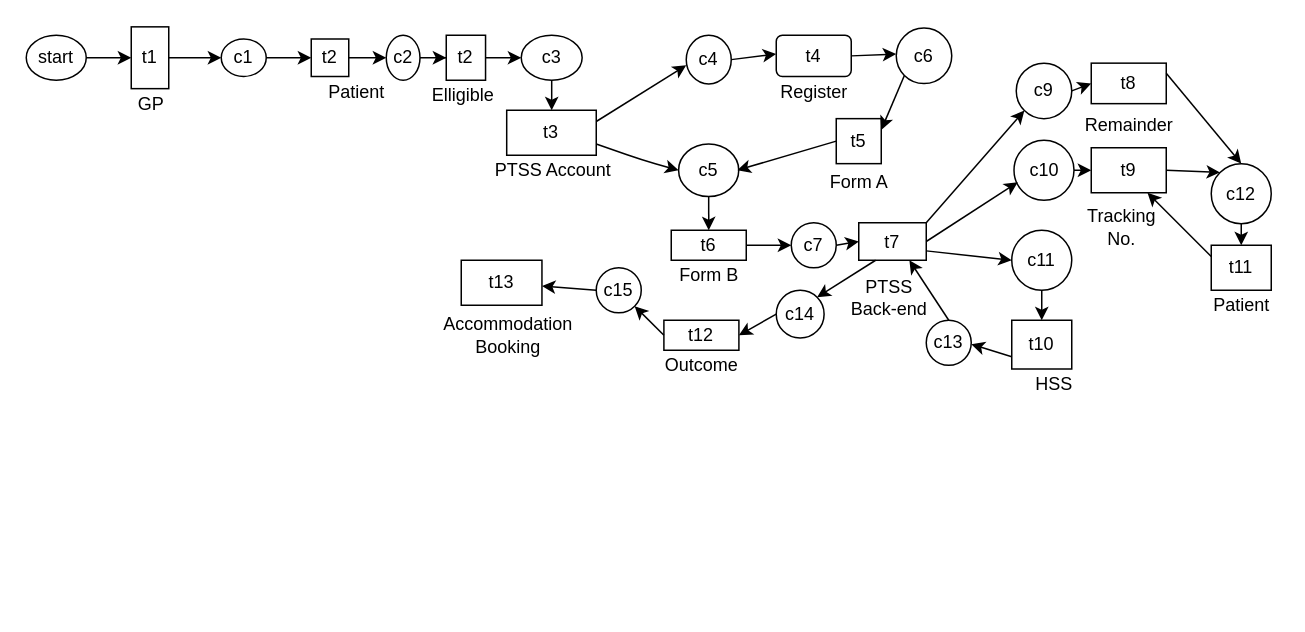
Earlier version of the draw.io diagram Untitled Diagram.drawio (Immeleo/Immeleo.github.io). Source tidied: cells renumbered, new cells numbered last; positions are measured from the earlier drawing's top-left corner, leaving out a move shared by most shapes. Both pictures are drawn from the tidied source at 150%, with x=0, y=0 at pixel (26, 26).
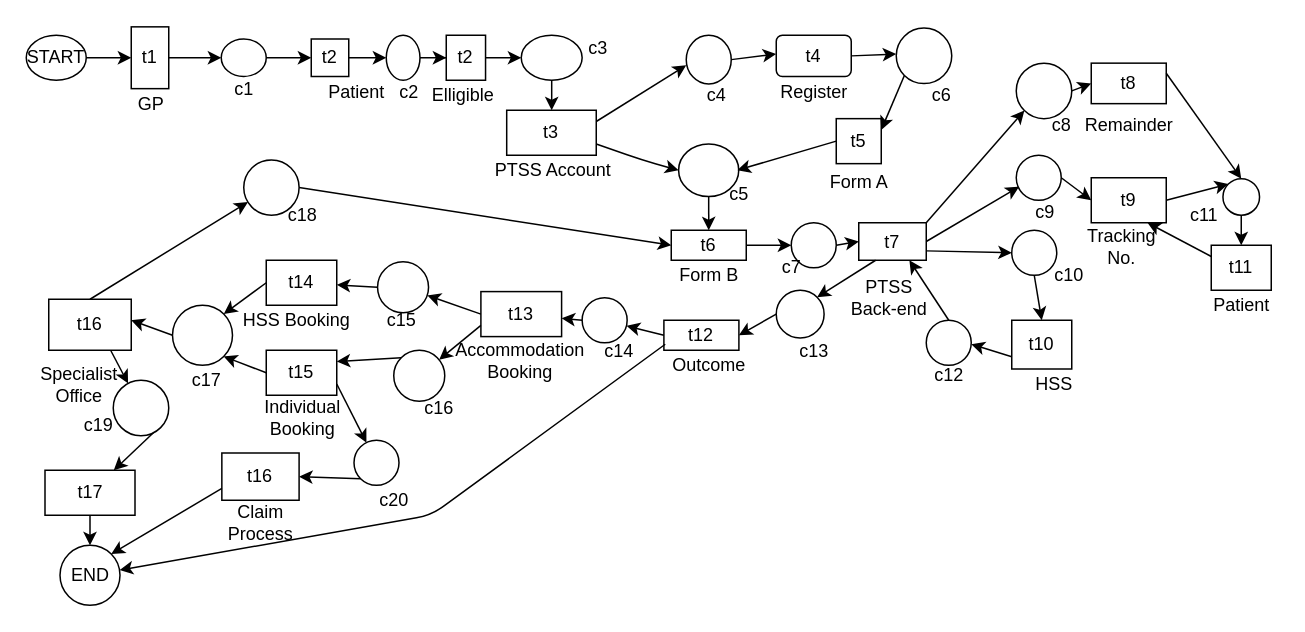
After the change.

Unchanged cells that the change refers to:
```xml
<mxCell id="35" value="t6" style="rounded=0;whiteSpace=wrap;html=1;" parent="1" vertex="1">
  <mxGeometry x="430" y="136" width="50" height="20" as="geometry" />
</mxCell>
```

What changed in the source:
```diff
@@
-    <mxCell id="3" value="start" style="ellipse;whiteSpace=wrap;html=1;" parent="1" vertex="1">
+    <mxCell id="3" value="START" style="ellipse;whiteSpace=wrap;html=1;" parent="1" vertex="1">
       <mxGeometry y="6" width="40" height="30" as="geometry" />
     </mxCell>
@@
-    <mxCell id="8" value="c1" style="ellipse;whiteSpace=wrap;html=1;" parent="1" vertex="1">
+    <mxCell id="8" style="ellipse;whiteSpace=wrap;html=1;" parent="1" vertex="1">
       <mxGeometry x="130" y="8.5" width="30" height="25" as="geometry" />
     </mxCell>
@@
-    <mxCell id="13" value="c2" style="ellipse;whiteSpace=wrap;html=1;" parent="1" vertex="1">
+    <mxCell id="13" style="ellipse;whiteSpace=wrap;html=1;" parent="1" vertex="1">
       <mxGeometry x="240" y="6" width="22.5" height="30" as="geometry" />
     </mxCell>
@@
-    <mxCell id="18" value="c3" style="ellipse;whiteSpace=wrap;html=1;" parent="1" vertex="1">
+    <mxCell id="18" style="ellipse;whiteSpace=wrap;html=1;" parent="1" vertex="1">
       <mxGeometry x="330" y="6" width="40.6" height="30" as="geometry" />
     </mxCell>
@@
-    <mxCell id="21" value="c4" style="ellipse;whiteSpace=wrap;html=1;" parent="1" vertex="1">
+    <mxCell id="21" style="ellipse;whiteSpace=wrap;html=1;" parent="1" vertex="1">
       <mxGeometry x="440" y="6" width="30" height="32.5" as="geometry" />
     </mxCell>
-    <mxCell id="22" value="c5" style="ellipse;whiteSpace=wrap;html=1;" parent="1" vertex="1">
+    <mxCell id="22" style="ellipse;whiteSpace=wrap;html=1;" parent="1" vertex="1">
       <mxGeometry x="434.9" y="78.5" width="40.1" height="35" as="geometry" />
     </mxCell>
@@
-    <mxCell id="29" value="c6" style="ellipse;whiteSpace=wrap;html=1;" parent="1" vertex="1">
+    <mxCell id="29" style="ellipse;whiteSpace=wrap;html=1;" parent="1" vertex="1">
       <mxGeometry x="580" y="1.2" width="37" height="37" as="geometry" />
     </mxCell>
@@
-    <mxCell id="38" value="c7" style="ellipse;whiteSpace=wrap;html=1;" parent="1" vertex="1">
+    <mxCell id="38" style="ellipse;whiteSpace=wrap;html=1;" parent="1" vertex="1">
       <mxGeometry x="510" y="131" width="30" height="30" as="geometry" />
     </mxCell>
@@
-    <mxCell id="41" value="c9" style="ellipse;whiteSpace=wrap;html=1;" parent="1" vertex="1">
+    <mxCell id="41" style="ellipse;whiteSpace=wrap;html=1;" parent="1" vertex="1">
       <mxGeometry x="660" y="24.6" width="37" height="37" as="geometry" />
     </mxCell>
-    <mxCell id="42" value="c10" style="ellipse;whiteSpace=wrap;html=1;" parent="1" vertex="1">
-      <mxGeometry x="658.5" y="76" width="40" height="40" as="geometry" />
+    <mxCell id="42" style="ellipse;whiteSpace=wrap;html=1;" parent="1" vertex="1">
+      <mxGeometry x="660" y="86" width="30" height="30" as="geometry" />
     </mxCell>
-    <mxCell id="43" value="c11" style="ellipse;whiteSpace=wrap;html=1;" parent="1" vertex="1">
-      <mxGeometry x="657" y="136" width="40" height="40" as="geometry" />
+    <mxCell id="43" style="ellipse;whiteSpace=wrap;html=1;" parent="1" vertex="1">
+      <mxGeometry x="657" y="136" width="30" height="30" as="geometry" />
     </mxCell>
@@
     <mxCell id="51" value="t9" style="rounded=0;whiteSpace=wrap;html=1;" parent="1" vertex="1">
-      <mxGeometry x="710" y="81" width="50" height="30" as="geometry" />
+      <mxGeometry x="710" y="101" width="50" height="30" as="geometry" />
     </mxCell>
@@
     <mxCell id="53" value="&lt;div&gt;Tracking&lt;/div&gt;&lt;div&gt;No.&lt;br&gt;&lt;/div&gt;" style="text;html=1;align=center;verticalAlign=middle;" parent="1" vertex="1">
-      <mxGeometry x="700" y="118.5" width="60" height="30" as="geometry" />
+      <mxGeometry x="700" y="131.6" width="60" height="30" as="geometry" />
     </mxCell>
@@
-    <mxCell id="56" value="c12" style="ellipse;whiteSpace=wrap;html=1;" parent="1" vertex="1">
-      <mxGeometry x="790" y="91.6" width="40" height="40" as="geometry" />
+    <mxCell id="56" style="ellipse;whiteSpace=wrap;html=1;" parent="1" vertex="1">
+      <mxGeometry x="797.8" y="101.6" width="24.4" height="24.4" as="geometry" />
     </mxCell>
@@
-    <mxCell id="64" value="c13" style="ellipse;whiteSpace=wrap;html=1;" parent="1" vertex="1">
+    <mxCell id="64" style="ellipse;whiteSpace=wrap;html=1;" parent="1" vertex="1">
       <mxGeometry x="600" y="196" width="30" height="30" as="geometry" />
     </mxCell>
@@
-    <mxCell id="67" value="c14" style="ellipse;whiteSpace=wrap;html=1;" parent="1" vertex="1">
+    <mxCell id="67" style="ellipse;whiteSpace=wrap;html=1;" parent="1" vertex="1">
       <mxGeometry x="500" y="176" width="31.9" height="31.9" as="geometry" />
     </mxCell>
@@
     <mxCell id="70" value="Outcome" style="text;html=1;align=center;verticalAlign=middle;points=[];" parent="1" vertex="1">
-      <mxGeometry x="420.1" y="216" width="60" height="20" as="geometry" />
+      <mxGeometry x="425.1" y="216" width="60" height="20" as="geometry" />
     </mxCell>
@@
     <mxCell id="72" value="t13" style="rounded=0;whiteSpace=wrap;html=1;" parent="1" vertex="1">
-      <mxGeometry x="290" y="156" width="53.8" height="30" as="geometry" />
+      <mxGeometry x="303.1" y="176.9" width="53.8" height="30" as="geometry" />
     </mxCell>
     <mxCell id="73" value="&lt;div&gt;Accommodation&lt;/div&gt;&lt;div&gt;Booking&lt;br&gt;&lt;/div&gt;" style="text;html=1;align=center;verticalAlign=middle;" parent="1" vertex="1">
-      <mxGeometry x="270.6" y="191" width="100" height="30" as="geometry" />
+      <mxGeometry x="279" y="207.9" width="100" height="30" as="geometry" />
     </mxCell>
@@
-    <mxCell id="75" value="c15" style="ellipse;whiteSpace=wrap;html=1;" parent="1" vertex="1">
-      <mxGeometry x="380" y="161" width="30" height="30" as="geometry" />
+    <mxCell id="75" style="ellipse;whiteSpace=wrap;html=1;" parent="1" vertex="1">
+      <mxGeometry x="370.6" y="181" width="30" height="30" as="geometry" />
     </mxCell>
@@
+    <mxCell id="77" value="t14" style="rounded=0;whiteSpace=wrap;html=1;" parent="1" vertex="1">
+      <mxGeometry x="160" y="156" width="47" height="30" as="geometry" />
+    </mxCell>
+    <mxCell id="78" value="t15" style="rounded=0;whiteSpace=wrap;html=1;" parent="1" vertex="1">
+      <mxGeometry x="160" y="216" width="47" height="30" as="geometry" />
+    </mxCell>
+    <mxCell id="79" value="HSS Booking" style="text;html=1;align=center;verticalAlign=middle;" parent="1" vertex="1">
+      <mxGeometry x="135" y="186" width="90" height="20" as="geometry" />
+    </mxCell>
+    <mxCell id="80" value="&lt;div&gt;Individual &lt;br&gt;&lt;/div&gt;&lt;div&gt;Booking&lt;/div&gt;" style="text;html=1;align=center;verticalAlign=middle;" parent="1" vertex="1">
+      <mxGeometry x="148.5" y="246" width="70" height="30" as="geometry" />
+    </mxCell>
+    <mxCell id="81" style="endArrow=classic;html=1;exitX=0;exitY=0.5;exitDx=0;exitDy=0;" parent="1" edge="1" source="82" target="77">
+      <mxGeometry relative="1" as="geometry" />
+    </mxCell>
+    <mxCell id="82" style="ellipse;whiteSpace=wrap;html=1;" parent="1" vertex="1">
+      <mxGeometry x="234.2" y="157" width="34" height="34" as="geometry" />
+    </mxCell>
+    <mxCell id="83" style="endArrow=classic;html=1;exitX=0;exitY=0.5;exitDx=0;exitDy=0;" parent="1" edge="1" source="72" target="82">
+      <mxGeometry relative="1" as="geometry" />
+    </mxCell>
+    <mxCell id="84" style="ellipse;whiteSpace=wrap;html=1;" parent="1" vertex="1">
+      <mxGeometry x="245" y="216" width="34" height="34" as="geometry" />
+    </mxCell>
+    <mxCell id="85" style="endArrow=classic;html=1;exitX=0;exitY=0.75;exitDx=0;exitDy=0;" parent="1" edge="1" source="72" target="84">
+      <mxGeometry relative="1" as="geometry" />
+    </mxCell>
+    <mxCell id="86" style="ellipse;whiteSpace=wrap;html=1;" parent="1" vertex="1">
+      <mxGeometry x="97.5" y="186" width="40" height="40" as="geometry" />
+    </mxCell>
+    <mxCell id="87" style="endArrow=classic;html=1;exitX=0;exitY=0.5;exitDx=0;exitDy=0;entryX=1;entryY=1;entryDx=0;entryDy=0;" parent="1" edge="1" source="78" target="86">
+      <mxGeometry relative="1" as="geometry" />
+    </mxCell>
+    <mxCell id="88" style="endArrow=classic;html=1;exitX=0;exitY=0.5;exitDx=0;exitDy=0;entryX=1;entryY=0;entryDx=0;entryDy=0;" parent="1" edge="1" source="77" target="86">
+      <mxGeometry relative="1" as="geometry" />
+    </mxCell>
+    <mxCell id="89" style="endArrow=classic;html=1;exitX=0;exitY=0.5;exitDx=0;exitDy=0;entryX=1;entryY=0.5;entryDx=0;entryDy=0;" parent="1" edge="1" source="86">
+      <mxGeometry relative="1" as="geometry">
+        <mxPoint x="70" y="196" as="targetPoint" />
+      </mxGeometry>
+    </mxCell>
+    <mxCell id="90" value="t16" style="rounded=0;whiteSpace=wrap;html=1;" parent="1" vertex="1">
+      <mxGeometry x="15" y="182" width="55" height="34" as="geometry" />
+    </mxCell>
+    <mxCell id="91" value="t17" style="rounded=0;whiteSpace=wrap;html=1;" parent="1" vertex="1">
+      <mxGeometry x="12.5" y="296" width="60" height="30" as="geometry" />
+    </mxCell>
+    <mxCell id="92" value="&lt;div&gt;Specialist&lt;/div&gt;&lt;div&gt;Office&lt;br&gt;&lt;/div&gt;" style="text;html=1;align=center;verticalAlign=middle;" parent="1" vertex="1">
+      <mxGeometry y="223.5" width="70" height="30" as="geometry" />
+    </mxCell>
+    <mxCell id="93" style="endArrow=classic;html=1;exitX=0.75;exitY=1;exitDx=0;exitDy=0;" parent="1" edge="1" source="96" target="91">
+      <mxGeometry relative="1" as="geometry" />
+    </mxCell>
+    <mxCell id="94" value="END" style="ellipse;whiteSpace=wrap;html=1;" parent="1" vertex="1">
+      <mxGeometry x="22.5" y="346" width="40" height="40" as="geometry" />
+    </mxCell>
+    <mxCell id="95" style="endArrow=classic;html=1;exitX=0.5;exitY=1;exitDx=0;exitDy=0;entryX=0.5;entryY=0;entryDx=0;entryDy=0;" parent="1" edge="1" source="91" target="94">
+      <mxGeometry relative="1" as="geometry" />
+    </mxCell>
+    <mxCell id="96" style="ellipse;whiteSpace=wrap;html=1;" parent="1" vertex="1">
+      <mxGeometry x="58" y="236" width="37" height="37" as="geometry" />
+    </mxCell>
+    <mxCell id="97" style="endArrow=classic;html=1;exitX=0.75;exitY=1;exitDx=0;exitDy=0;" parent="1" edge="1" source="90" target="96">
+      <mxGeometry relative="1" as="geometry" />
+    </mxCell>
+    <mxCell id="98" style="ellipse;whiteSpace=wrap;html=1;" parent="1" vertex="1">
+      <mxGeometry x="145" y="89.1" width="36.9" height="36.9" as="geometry" />
+    </mxCell>
+    <mxCell id="99" style="endArrow=classic;html=1;exitX=0.5;exitY=0;exitDx=0;exitDy=0;" parent="1" edge="1" source="90" target="98">
+      <mxGeometry relative="1" as="geometry" />
+    </mxCell>
+    <mxCell id="100" style="endArrow=classic;html=1;exitX=1;exitY=0.5;exitDx=0;exitDy=0;entryX=0;entryY=0.5;entryDx=0;entryDy=0;" parent="1" edge="1" source="98" target="35">
+      <mxGeometry relative="1" as="geometry" />
+    </mxCell>
+    <mxCell id="101" value="c1" style="text;html=1;align=center;verticalAlign=middle;" parent="1" vertex="1">
+      <mxGeometry x="130" y="31.6" width="30" height="20" as="geometry" />
+    </mxCell>
+    <mxCell id="102" value="c2" style="text;html=1;align=center;verticalAlign=middle;" parent="1" vertex="1">
+      <mxGeometry x="240" y="33.5" width="30" height="20" as="geometry" />
+    </mxCell>
+    <mxCell id="103" value="c3" style="text;html=1;align=center;verticalAlign=middle;" parent="1" vertex="1">
+      <mxGeometry x="366.2" y="4.6" width="30" height="20" as="geometry" />
+    </mxCell>
+    <mxCell id="104" value="c4" style="text;html=1;align=center;verticalAlign=middle;" parent="1" vertex="1">
+      <mxGeometry x="445" y="36" width="30" height="20" as="geometry" />
+    </mxCell>
+    <mxCell id="105" value="c5" style="text;html=1;align=center;verticalAlign=middle;" parent="1" vertex="1">
+      <mxGeometry x="460" y="101.6" width="30" height="20" as="geometry" />
+    </mxCell>
+    <mxCell id="106" value="c6" style="text;html=1;align=center;verticalAlign=middle;" parent="1" vertex="1">
+      <mxGeometry x="595" y="36" width="30" height="20" as="geometry" />
+    </mxCell>
+    <mxCell id="107" value="c8" style="text;html=1;align=center;verticalAlign=middle;" parent="1" vertex="1">
+      <mxGeometry x="675" y="56" width="30" height="20" as="geometry" />
+    </mxCell>
+    <mxCell id="108" value="c9" style="text;html=1;align=center;verticalAlign=middle;" parent="1" vertex="1">
+      <mxGeometry x="663.5" y="114.1" width="30" height="20" as="geometry" />
+    </mxCell>
+    <mxCell id="109" value="c10" style="text;html=1;align=center;verticalAlign=middle;" parent="1" vertex="1">
+      <mxGeometry x="680" y="156" width="30" height="20" as="geometry" />
+    </mxCell>
+    <mxCell id="110" value="c11" style="text;html=1;align=center;verticalAlign=middle;" parent="1" vertex="1">
+      <mxGeometry x="770" y="116" width="30" height="20" as="geometry" />
+    </mxCell>
+    <mxCell id="111" style="ellipse;whiteSpace=wrap;html=1;" parent="1" vertex="1">
+      <mxGeometry x="218.5" y="276" width="30" height="30" as="geometry" />
+    </mxCell>
+    <mxCell id="112" value="c14" style="text;html=1;align=center;verticalAlign=middle;" parent="1" vertex="1">
+      <mxGeometry x="380" y="206.9" width="30" height="20" as="geometry" />
+    </mxCell>
+    <mxCell id="113" value="c13" style="text;html=1;align=center;verticalAlign=middle;" parent="1" vertex="1">
+      <mxGeometry x="510" y="206.9" width="30" height="20" as="geometry" />
+    </mxCell>
+    <mxCell id="114" value="c12" style="text;html=1;align=center;verticalAlign=middle;" parent="1" vertex="1">
+      <mxGeometry x="600" y="223" width="30" height="20" as="geometry" />
+    </mxCell>
+    <mxCell id="115" value="c7" style="text;html=1;align=center;verticalAlign=middle;" parent="1" vertex="1">
+      <mxGeometry x="495" y="151" width="30" height="20" as="geometry" />
+    </mxCell>
+    <mxCell id="116" value="c15" style="text;html=1;align=center;verticalAlign=middle;" parent="1" vertex="1">
+      <mxGeometry x="235" y="186" width="30" height="20" as="geometry" />
+    </mxCell>
+    <mxCell id="117" value="c16" style="text;html=1;align=center;verticalAlign=middle;" parent="1" vertex="1">
+      <mxGeometry x="260" y="244.5" width="30" height="20" as="geometry" />
+    </mxCell>
+    <mxCell id="118" value="c17" style="text;html=1;align=center;verticalAlign=middle;" parent="1" vertex="1">
+      <mxGeometry x="105" y="226" width="30" height="20" as="geometry" />
+    </mxCell>
+    <mxCell id="119" value="c18" style="text;html=1;align=center;verticalAlign=middle;" parent="1" vertex="1">
+      <mxGeometry x="168.5" y="116" width="30" height="20" as="geometry" />
+    </mxCell>
+    <mxCell id="120" value="c20" style="text;html=1;align=center;verticalAlign=middle;" parent="1" vertex="1">
+      <mxGeometry x="230" y="306" width="30" height="20" as="geometry" />
+    </mxCell>
+    <mxCell id="121" value="c19" style="text;html=1;align=center;verticalAlign=middle;" parent="1" vertex="1">
+      <mxGeometry x="32.5" y="256" width="30" height="20" as="geometry" />
+    </mxCell>
+    <mxCell id="122" style="endArrow=classic;html=1;exitX=1;exitY=0.75;exitDx=0;exitDy=0;" parent="1" edge="1" source="78" target="111">
+      <mxGeometry relative="1" as="geometry" />
+    </mxCell>
+    <mxCell id="123" style="endArrow=classic;html=1;exitX=0;exitY=0;exitDx=0;exitDy=0;entryX=1;entryY=0.25;entryDx=0;entryDy=0;" parent="1" edge="1" source="84" target="78">
+      <mxGeometry relative="1" as="geometry" />
+    </mxCell>
+    <mxCell id="124" value="t16" style="rounded=0;whiteSpace=wrap;html=1;" parent="1" vertex="1">
+      <mxGeometry x="130.4" y="284.5" width="51.5" height="31.5" as="geometry" />
+    </mxCell>
+    <mxCell id="125" style="endArrow=classic;html=1;exitX=0;exitY=1;exitDx=0;exitDy=0;entryX=1;entryY=0.5;entryDx=0;entryDy=0;" parent="1" edge="1" source="111" target="124">
+      <mxGeometry relative="1" as="geometry" />
+    </mxCell>
+    <mxCell id="126" style="endArrow=classic;html=1;exitX=0;exitY=0.75;exitDx=0;exitDy=0;entryX=1;entryY=0;entryDx=0;entryDy=0;" parent="1" edge="1" source="124" target="94">
+      <mxGeometry relative="1" as="geometry" />
+    </mxCell>
+    <mxCell id="127" value="&lt;div&gt;Claim&lt;/div&gt;&lt;div&gt;Process&lt;br&gt;&lt;/div&gt;" style="text;html=1;align=center;verticalAlign=middle;" parent="1" vertex="1">
+      <mxGeometry x="126.1" y="316" width="60" height="30" as="geometry" />
+    </mxCell>
+    <mxCell id="128" style="endArrow=classic;html=1;exitX=0.015;exitY=-0.2;exitDx=0;exitDy=0;exitPerimeter=0;" parent="1" edge="1" source="70" target="94">
+      <mxGeometry relative="1" as="geometry">
+        <Array as="points">
+          <mxPoint x="270" y="326" />
+        </Array>
+      </mxGeometry>
+    </mxCell>
```
